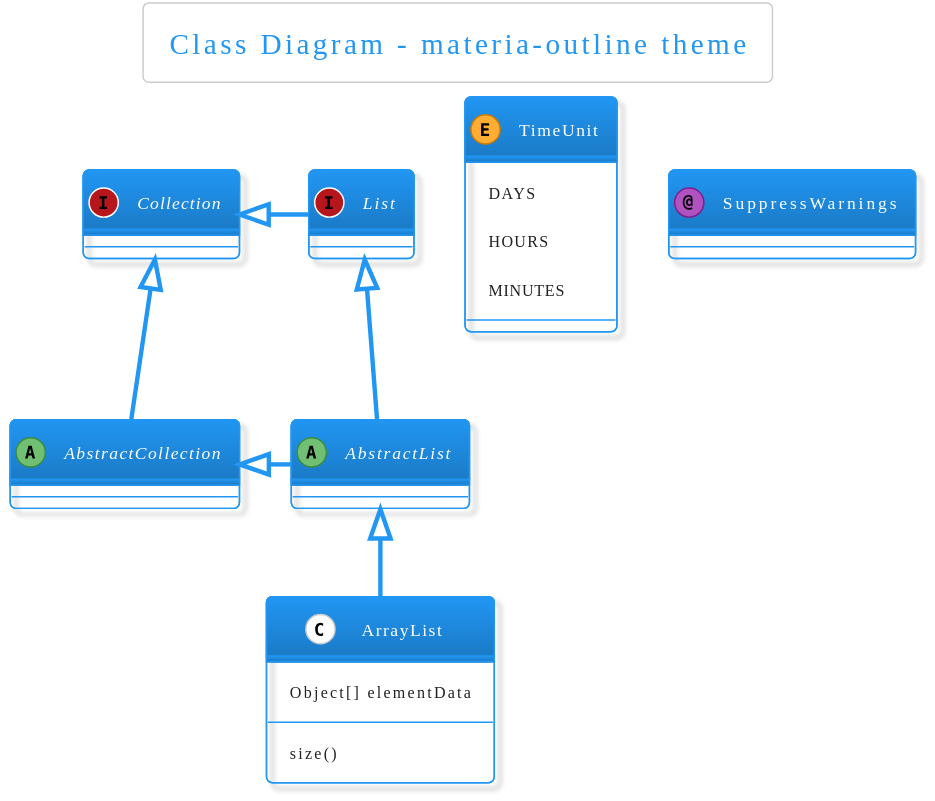
bschwarz/puml-themes keeps this PlantUML diagram as themes/materia-outline/class-ex.svg. Above is the earlier version.
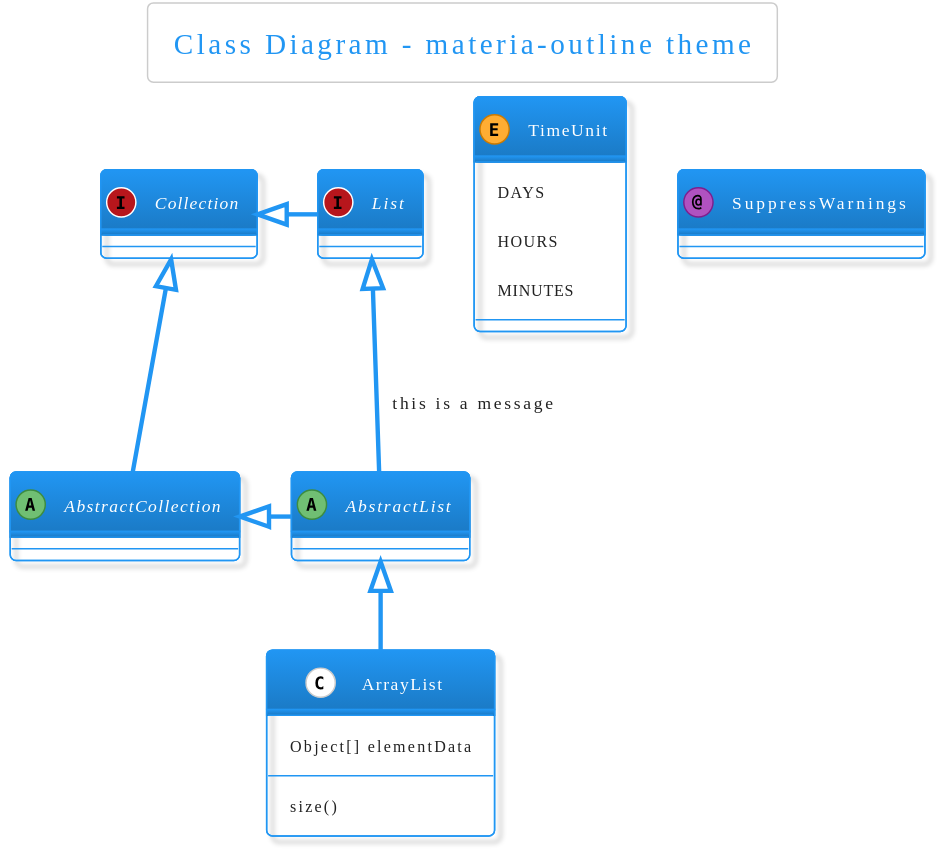
The same file after the commit.

What changed in the source:
```diff
@@ -424,7 +424,7 @@
 interface List
 interface Collection
 
-List <|-- AbstractList
+List <|-- AbstractList: this is a message
 Collection <|-- AbstractCollection
 
 Collection <|- List
```
